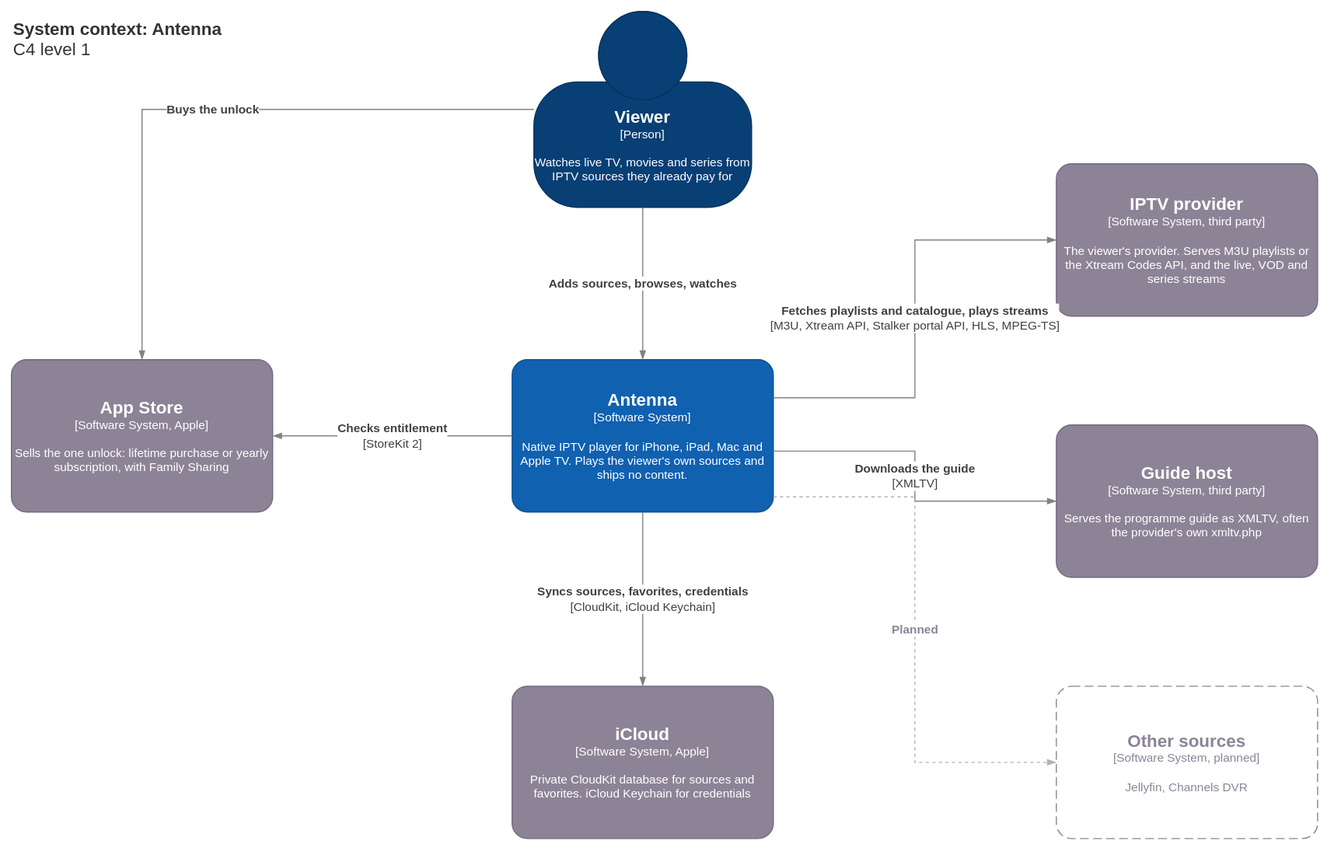
The draw.io diagram docs/architecture/c4-context.drawio.svg in OlofLoov/antenna, before a commit. Source tidied: cells renumbered, new cells last; positions are measured from the earlier drawing's top-left corner, leaving out a move shared by most shapes. The source it was exported from:
```xml
<mxGraphModel background="#ffffff">
  <root>
    <mxCell id="0" />
    <mxCell id="1" parent="0" />
    <mxCell id="2" value="&lt;b&gt;System context: Antenna&lt;/b&gt;&lt;div&gt;C4 level 1&lt;/div&gt;" style="text;html=1;align=left;verticalAlign=top;fontSize=16;fontColor=#333333;" parent="1" vertex="1">
      <mxGeometry width="300" height="50" as="geometry" />
    </mxCell>
    <mxCell id="3" value="&lt;font style='font-size:16px'&gt;&lt;b&gt;Viewer&lt;/b&gt;&lt;/font&gt;&lt;div&gt;[Person]&lt;/div&gt;&lt;br&gt;&lt;div&gt;Watches live TV, movies and series from IPTV sources they already pay for&lt;/div&gt;" style="html=1;fontSize=11;dashed=0;whiteSpace=wrap;fillColor=#083F75;strokeColor=#06315C;fontColor=#ffffff;shape=mxgraph.c4.person2;align=center;points=[[0.5,0,0],[1,0.5,0],[1,0.75,0],[0.75,1,0],[0.5,1,0],[0.25,1,0],[0,0.75,0],[0,0.5,0]];" parent="1" vertex="1">
      <mxGeometry x="480" width="200" height="180" as="geometry" />
    </mxCell>
    <mxCell id="4" value="&lt;font style='font-size:16px'&gt;&lt;b&gt;Antenna&lt;/b&gt;&lt;/font&gt;&lt;div&gt;[Software System]&lt;/div&gt;&lt;br&gt;&lt;div&gt;Native IPTV player for iPhone, iPad, Mac and Apple TV. Plays the viewer's own sources and ships no content.&lt;/div&gt;" style="rounded=1;whiteSpace=wrap;html=1;labelBackgroundColor=none;fillColor=#1061B0;fontColor=#ffffff;align=center;arcSize=10;strokeColor=#0D5091;fontSize=11;" parent="1" vertex="1">
      <mxGeometry x="460" y="320" width="240" height="140" as="geometry" />
    </mxCell>
    <mxCell id="5" value="&lt;font style='font-size:16px'&gt;&lt;b&gt;App Store&lt;/b&gt;&lt;/font&gt;&lt;div&gt;[Software System, Apple]&lt;/div&gt;&lt;br&gt;&lt;div&gt;Sells the one unlock: lifetime purchase or yearly subscription, with Family Sharing&lt;/div&gt;" style="rounded=1;whiteSpace=wrap;html=1;labelBackgroundColor=none;fillColor=#8C8496;fontColor=#ffffff;align=center;arcSize=10;strokeColor=#736782;fontSize=11;" parent="1" vertex="1">
      <mxGeometry y="320" width="240" height="140" as="geometry" />
    </mxCell>
    <mxCell id="6" value="&lt;font style='font-size:16px'&gt;&lt;b&gt;iCloud&lt;/b&gt;&lt;/font&gt;&lt;div&gt;[Software System, Apple]&lt;/div&gt;&lt;br&gt;&lt;div&gt;Private CloudKit database for sources and favorites. iCloud Keychain for credentials&lt;/div&gt;" style="rounded=1;whiteSpace=wrap;html=1;labelBackgroundColor=none;fillColor=#8C8496;fontColor=#ffffff;align=center;arcSize=10;strokeColor=#736782;fontSize=11;" parent="1" vertex="1">
      <mxGeometry x="460" y="620" width="240" height="140" as="geometry" />
    </mxCell>
    <mxCell id="7" value="&lt;font style='font-size:16px'&gt;&lt;b&gt;IPTV provider&lt;/b&gt;&lt;/font&gt;&lt;div&gt;[Software System, third party]&lt;/div&gt;&lt;br&gt;&lt;div&gt;The viewer's provider. Serves M3U playlists or the Xtream Codes API, and the live, VOD and series streams&lt;/div&gt;" style="rounded=1;whiteSpace=wrap;html=1;labelBackgroundColor=none;fillColor=#8C8496;fontColor=#ffffff;align=center;arcSize=10;strokeColor=#736782;fontSize=11;" parent="1" vertex="1">
      <mxGeometry x="960" y="140" width="240" height="140" as="geometry" />
    </mxCell>
    <mxCell id="8" value="&lt;font style='font-size:16px'&gt;&lt;b&gt;Guide host&lt;/b&gt;&lt;/font&gt;&lt;div&gt;[Software System, third party]&lt;/div&gt;&lt;br&gt;&lt;div&gt;Serves the programme guide as XMLTV, often the provider's own xmltv.php&lt;/div&gt;" style="rounded=1;whiteSpace=wrap;html=1;labelBackgroundColor=none;fillColor=#8C8496;fontColor=#ffffff;align=center;arcSize=10;strokeColor=#736782;fontSize=11;" parent="1" vertex="1">
      <mxGeometry x="960" y="380" width="240" height="140" as="geometry" />
    </mxCell>
    <mxCell id="9" value="&lt;font style='font-size:16px'&gt;&lt;b&gt;Other sources&lt;/b&gt;&lt;/font&gt;&lt;div&gt;[Software System, planned]&lt;/div&gt;&lt;br&gt;&lt;div&gt;Jellyfin, Channels DVR&lt;/div&gt;" style="rounded=1;whiteSpace=wrap;html=1;labelBackgroundColor=none;fillColor=#ffffff;fontColor=#8C8496;align=center;arcSize=10;strokeColor=#8C8496;dashed=1;dashPattern=8 4;fontSize=11;" parent="1" vertex="1">
      <mxGeometry x="960" y="620" width="240" height="140" as="geometry" />
    </mxCell>
    <mxCell id="10" value="&lt;b&gt;Adds sources, browses, watches&lt;/b&gt;" style="endArrow=blockThin;html=1;fontSize=11;fontColor=#404040;endFill=1;strokeColor=#828282;edgeStyle=orthogonalEdgeStyle;rounded=0;labelBackgroundColor=#ffffff;" parent="1" edge="1" source="3" target="4">
      <mxGeometry relative="1" as="geometry" />
    </mxCell>
    <mxCell id="11" value="&lt;b&gt;Buys the unlock&lt;/b&gt;" style="endArrow=blockThin;html=1;fontSize=11;fontColor=#404040;endFill=1;strokeColor=#828282;edgeStyle=orthogonalEdgeStyle;rounded=0;labelBackgroundColor=#ffffff;exitX=0;exitY=0.5;entryX=0.5;entryY=0;" parent="1" edge="1" source="3" target="5">
      <mxGeometry relative="1" as="geometry" />
    </mxCell>
    <mxCell id="12" value="&lt;b&gt;Checks entitlement&lt;/b&gt;&lt;div&gt;[StoreKit 2]&lt;/div&gt;" style="endArrow=blockThin;html=1;fontSize=11;fontColor=#404040;endFill=1;strokeColor=#828282;edgeStyle=orthogonalEdgeStyle;rounded=0;labelBackgroundColor=#ffffff;" parent="1" edge="1" source="4" target="5">
      <mxGeometry relative="1" as="geometry" />
    </mxCell>
    <mxCell id="13" value="&lt;b&gt;Fetches playlists and catalogue, plays streams&lt;/b&gt;&lt;div&gt;[M3U, Xtream API, Stalker portal API, HLS, MPEG-TS]&lt;/div&gt;" style="endArrow=blockThin;html=1;fontSize=11;fontColor=#404040;endFill=1;strokeColor=#828282;edgeStyle=orthogonalEdgeStyle;rounded=0;labelBackgroundColor=#ffffff;exitX=1;exitY=0.25;entryX=0;entryY=0.5;" parent="1" edge="1" source="4" target="7">
      <mxGeometry relative="1" as="geometry" />
    </mxCell>
    <mxCell id="14" value="&lt;b&gt;Downloads the guide&lt;/b&gt;&lt;div&gt;[XMLTV]&lt;/div&gt;" style="endArrow=blockThin;html=1;fontSize=11;fontColor=#404040;endFill=1;strokeColor=#828282;edgeStyle=orthogonalEdgeStyle;rounded=0;labelBackgroundColor=#ffffff;exitX=1;exitY=0.6;entryX=0;entryY=0.5;" parent="1" edge="1" source="4" target="8">
      <mxGeometry relative="1" as="geometry" />
    </mxCell>
    <mxCell id="15" value="&lt;b&gt;Syncs sources, favorites, credentials&lt;/b&gt;&lt;div&gt;[CloudKit, iCloud Keychain]&lt;/div&gt;" style="endArrow=blockThin;html=1;fontSize=11;fontColor=#404040;endFill=1;strokeColor=#828282;edgeStyle=orthogonalEdgeStyle;rounded=0;labelBackgroundColor=#ffffff;" parent="1" edge="1" source="4" target="6">
      <mxGeometry relative="1" as="geometry" />
    </mxCell>
    <mxCell id="16" value="&lt;b&gt;Planned&lt;/b&gt;" style="endArrow=blockThin;html=1;fontSize=11;fontColor=#8C8496;endFill=1;strokeColor=#B3B3B3;dashed=1;edgeStyle=orthogonalEdgeStyle;rounded=0;labelBackgroundColor=#ffffff;exitX=1;exitY=0.9;entryX=0;entryY=0.5;" parent="1" edge="1" source="4" target="9">
      <mxGeometry relative="1" as="geometry" />
    </mxCell>
  </root>
</mxGraphModel>
```
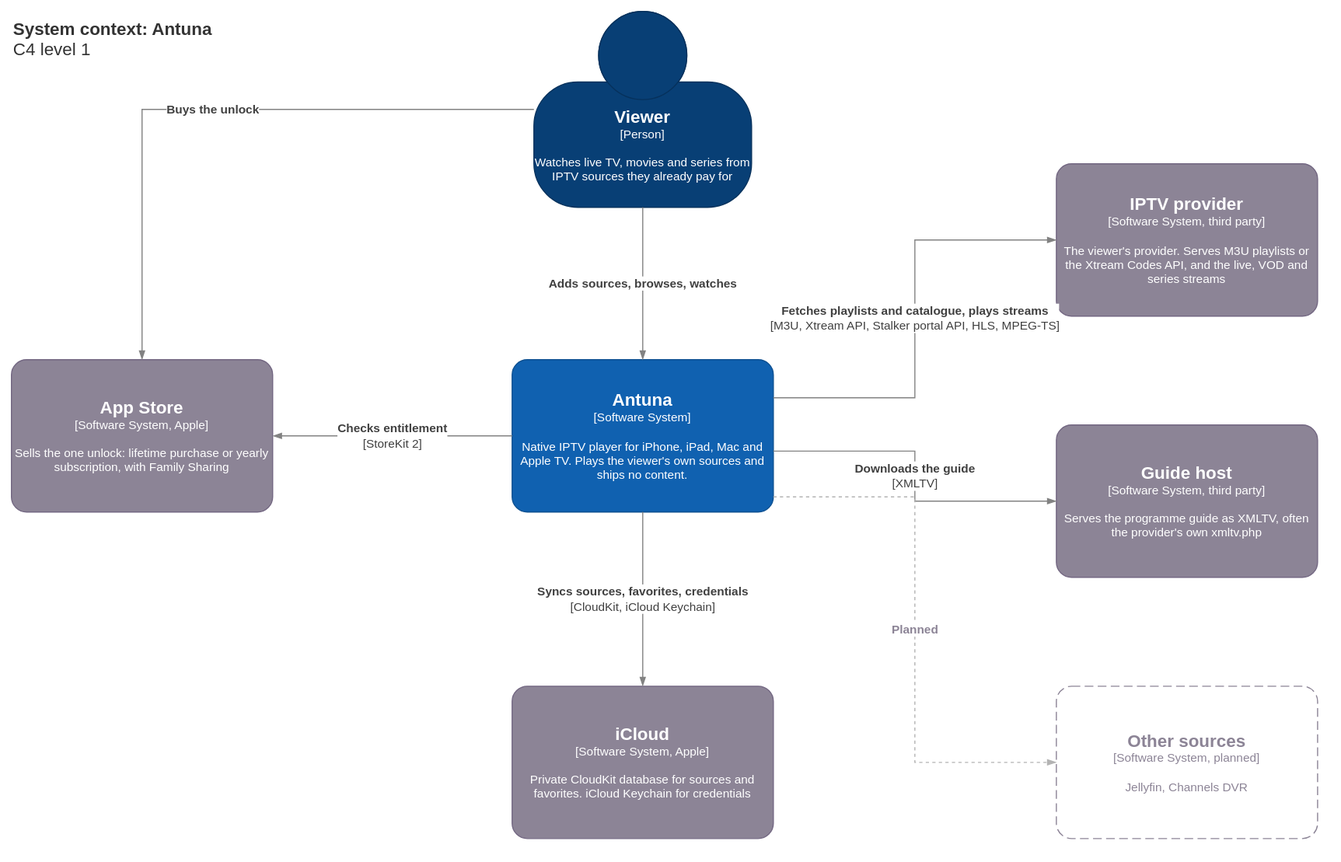
The same file after the commit.

Change to the diagram source:
```diff
@@ -2,13 +2,13 @@
   <root>
     <mxCell id="0" />
     <mxCell id="1" parent="0" />
-    <mxCell id="2" value="&lt;b&gt;System context: Antenna&lt;/b&gt;&lt;div&gt;C4 level 1&lt;/div&gt;" style="text;html=1;align=left;verticalAlign=top;fontSize=16;fontColor=#333333;" parent="1" vertex="1">
+    <mxCell id="2" value="&lt;b&gt;System context: Antuna&lt;/b&gt;&lt;div&gt;C4 level 1&lt;/div&gt;" style="text;html=1;align=left;verticalAlign=top;fontSize=16;fontColor=#333333;" parent="1" vertex="1">
       <mxGeometry width="300" height="50" as="geometry" />
     </mxCell>
     <mxCell id="3" value="&lt;font style='font-size:16px'&gt;&lt;b&gt;Viewer&lt;/b&gt;&lt;/font&gt;&lt;div&gt;[Person]&lt;/div&gt;&lt;br&gt;&lt;div&gt;Watches live TV, movies and series from IPTV sources they already pay for&lt;/div&gt;" style="html=1;fontSize=11;dashed=0;whiteSpace=wrap;fillColor=#083F75;strokeColor=#06315C;fontColor=#ffffff;shape=mxgraph.c4.person2;align=center;points=[[0.5,0,0],[1,0.5,0],[1,0.75,0],[0.75,1,0],[0.5,1,0],[0.25,1,0],[0,0.75,0],[0,0.5,0]];" parent="1" vertex="1">
       <mxGeometry x="480" width="200" height="180" as="geometry" />
     </mxCell>
-    <mxCell id="4" value="&lt;font style='font-size:16px'&gt;&lt;b&gt;Antenna&lt;/b&gt;&lt;/font&gt;&lt;div&gt;[Software System]&lt;/div&gt;&lt;br&gt;&lt;div&gt;Native IPTV player for iPhone, iPad, Mac and Apple TV. Plays the viewer's own sources and ships no content.&lt;/div&gt;" style="rounded=1;whiteSpace=wrap;html=1;labelBackgroundColor=none;fillColor=#1061B0;fontColor=#ffffff;align=center;arcSize=10;strokeColor=#0D5091;fontSize=11;" parent="1" vertex="1">
+    <mxCell id="4" value="&lt;font style='font-size:16px'&gt;&lt;b&gt;Antuna&lt;/b&gt;&lt;/font&gt;&lt;div&gt;[Software System]&lt;/div&gt;&lt;br&gt;&lt;div&gt;Native IPTV player for iPhone, iPad, Mac and Apple TV. Plays the viewer's own sources and ships no content.&lt;/div&gt;" style="rounded=1;whiteSpace=wrap;html=1;labelBackgroundColor=none;fillColor=#1061B0;fontColor=#ffffff;align=center;arcSize=10;strokeColor=#0D5091;fontSize=11;" parent="1" vertex="1">
       <mxGeometry x="460" y="320" width="240" height="140" as="geometry" />
     </mxCell>
     <mxCell id="5" value="&lt;font style='font-size:16px'&gt;&lt;b&gt;App Store&lt;/b&gt;&lt;/font&gt;&lt;div&gt;[Software System, Apple]&lt;/div&gt;&lt;br&gt;&lt;div&gt;Sells the one unlock: lifetime purchase or yearly subscription, with Family Sharing&lt;/div&gt;" style="rounded=1;whiteSpace=wrap;html=1;labelBackgroundColor=none;fillColor=#8C8496;fontColor=#ffffff;align=center;arcSize=10;strokeColor=#736782;fontSize=11;" parent="1" vertex="1">
```
